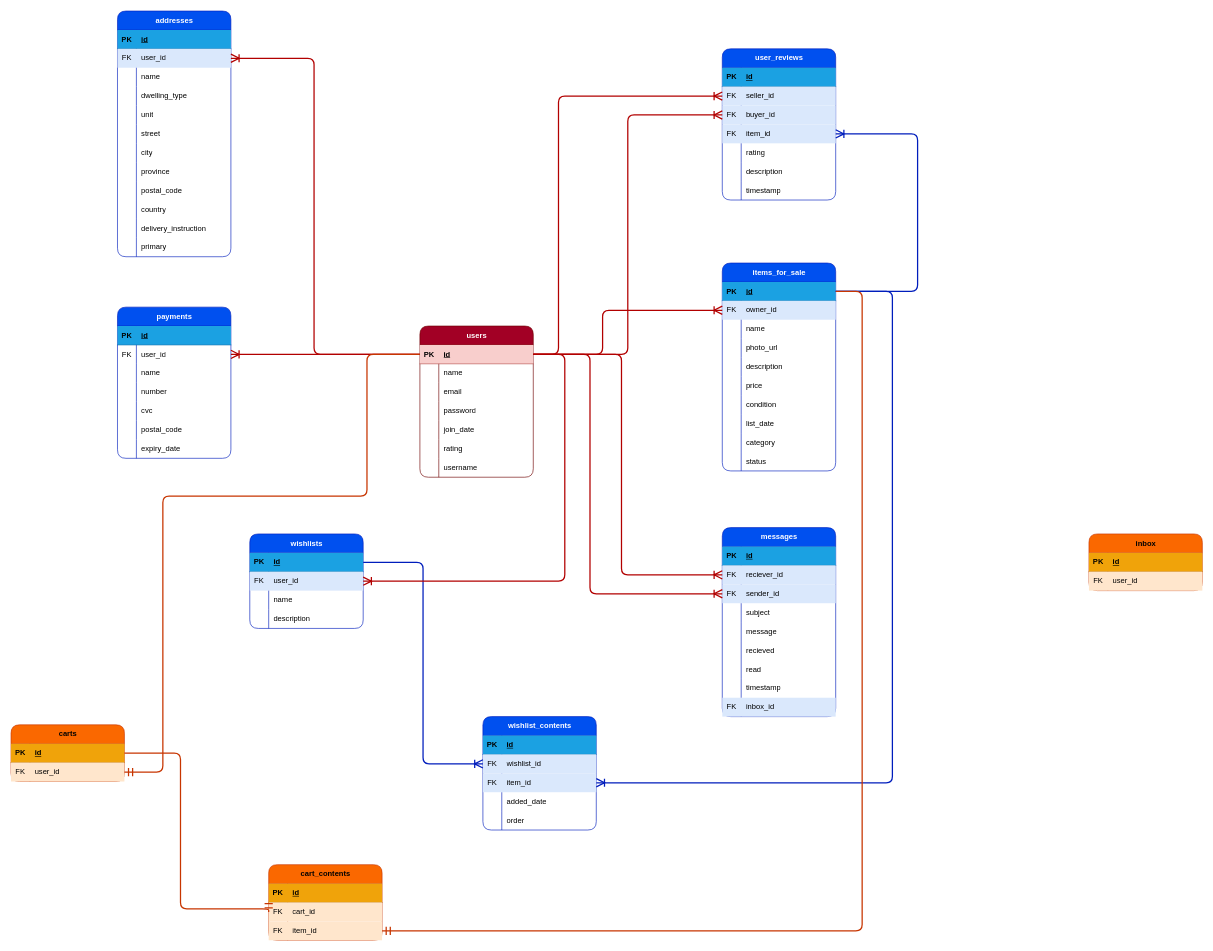
AlexTamayo/JX keeps this draw.io diagram as _auxiliary/erd_diagram/JX_DB_diagram.drawio. Above is the earlier version. Source tidied: cells renumbered, new cells numbered last; positions are measured from the earlier drawing's top-left corner, leaving out a move shared by most shapes. Both pictures are drawn from the tidied source at 63%, with x=0, y=0 at pixel (11, 11).
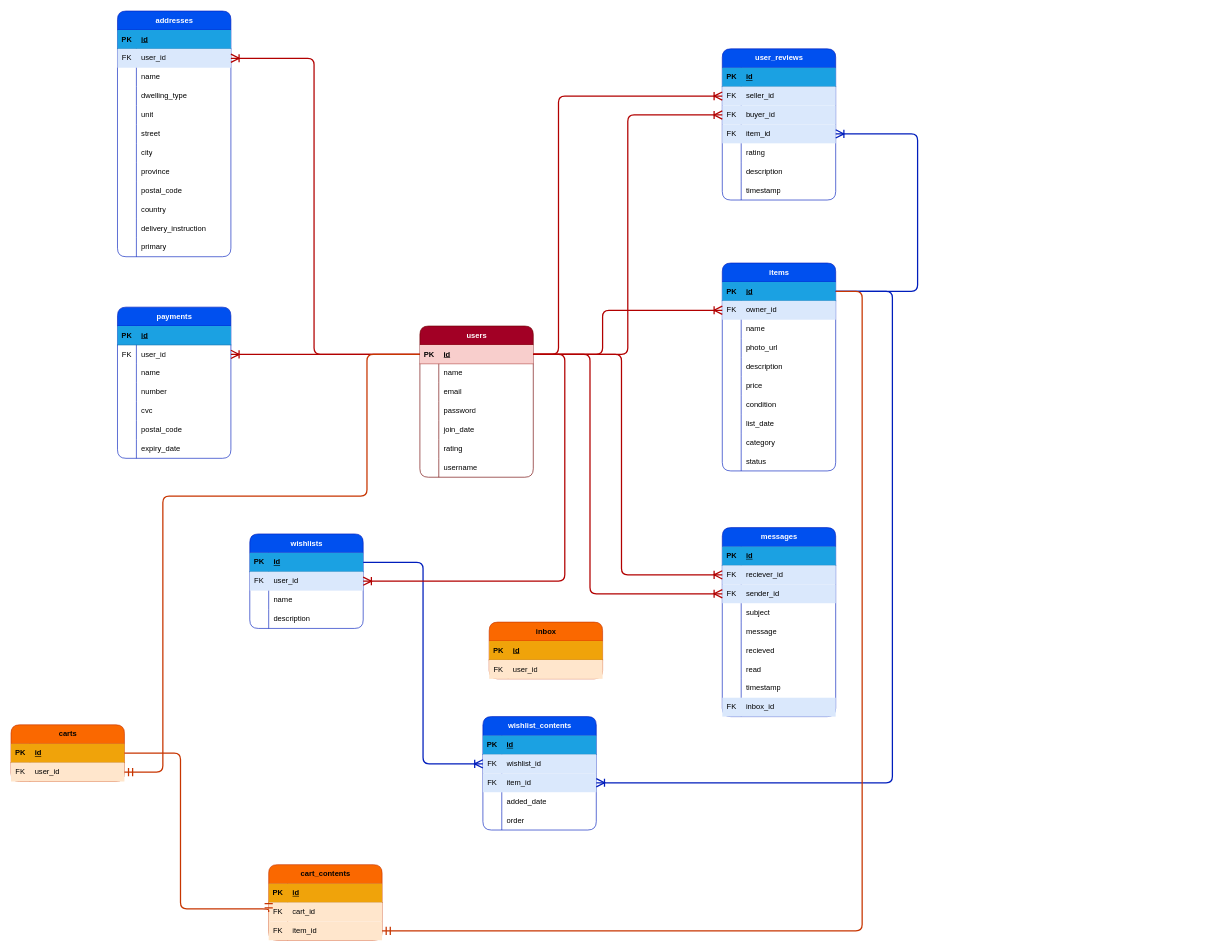
After the change.

The edit, as a diff of the source:
```diff
@@
-    <mxCell id="24" value="items_for_sale" style="shape=table;startSize=30;childLayout=tableLayout;rowLines=0;fontStyle=1;align=center;html=1;fillColor=#0050ef;fontColor=#ffffff;strokeColor=#001DBC;rounded=1;" parent="1" vertex="1">
+    <mxCell id="24" value="items" style="shape=table;startSize=30;childLayout=tableLayout;rowLines=0;fontStyle=1;align=center;html=1;fillColor=#0050ef;fontColor=#ffffff;strokeColor=#001DBC;rounded=1;" parent="1" vertex="1">
       <mxGeometry x="1129" y="400" width="180" height="330" as="geometry" />
     </mxCell>
@@
     <mxCell id="55" value="inbox" style="shape=table;startSize=30;childLayout=tableLayout;rowLines=0;fontStyle=1;align=center;html=1;rounded=1;fillColor=#fa6800;fontColor=#000000;strokeColor=#C73500;" parent="1" vertex="1">
-      <mxGeometry x="1711" y="830" width="180" height="90" as="geometry" />
+      <mxGeometry x="759" y="970" width="180" height="90" as="geometry" />
     </mxCell>
```
